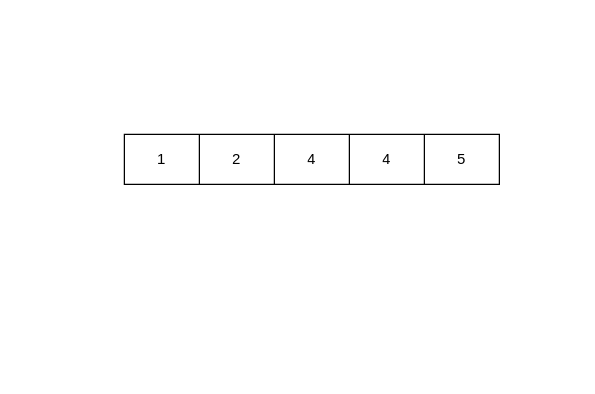
Above: algorithm/二分模版.drawio in erlieStar/diagrams (draw.io), before the change. Source tidied: cells renumbered, new cells numbered last; positions are measured from the earlier drawing's top-left corner, leaving out a move shared by most shapes. Both pictures are drawn from the tidied source at 125%, with x=0, y=0 at pixel (124, 134).
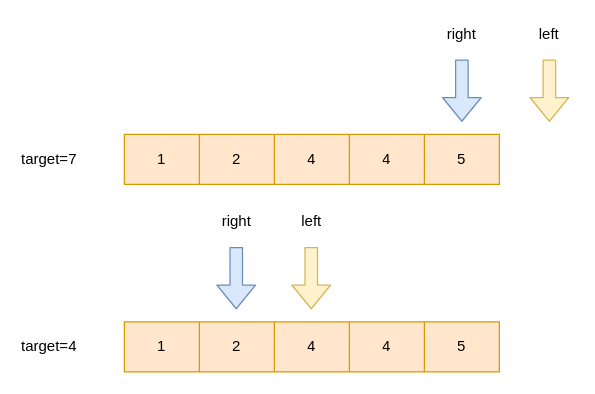
The same page after the edit.

Diff of the diagram source:
```diff
@@
-    <mxCell id="2" style="shape=table;html=1;whiteSpace=wrap;startSize=0;childLayout=tableLayout;" parent="1" vertex="1">
+    <mxCell id="2" style="shape=table;html=1;whiteSpace=wrap;startSize=0;childLayout=tableLayout;fillColor=#ffe6cc;strokeColor=#d79b00;" parent="1" vertex="1">
       <mxGeometry width="300" height="40" as="geometry" />
     </mxCell>
@@
+    <mxCell id="9" style="shape=flexArrow;endArrow=classic;html=1;fillColor=#dae8fc;strokeColor=#6c8ebf;" parent="1" edge="1">
+      <mxGeometry relative="1" as="geometry">
+        <mxPoint x="270" y="-60" as="sourcePoint" />
+        <mxPoint x="270" y="-10" as="targetPoint" />
+      </mxGeometry>
+    </mxCell>
+    <mxCell id="10" style="shape=flexArrow;endArrow=classic;html=1;fillColor=#fff2cc;strokeColor=#d6b656;" parent="1" edge="1">
+      <mxGeometry relative="1" as="geometry">
+        <mxPoint x="340" y="-60" as="sourcePoint" />
+        <mxPoint x="340" y="-10" as="targetPoint" />
+      </mxGeometry>
+    </mxCell>
+    <mxCell id="11" value="right" style="text;html=1;strokeColor=none;fillColor=none;align=center;verticalAlign=middle;whiteSpace=wrap;rounded=0;" parent="1" vertex="1">
+      <mxGeometry x="250" y="-90" width="40" height="20" as="geometry" />
+    </mxCell>
+    <mxCell id="12" value="left" style="text;html=1;strokeColor=none;fillColor=none;align=center;verticalAlign=middle;whiteSpace=wrap;rounded=0;" parent="1" vertex="1">
+      <mxGeometry x="320" y="-90" width="40" height="20" as="geometry" />
+    </mxCell>
+    <mxCell id="13" value="target=7" style="text;html=1;strokeColor=none;fillColor=none;align=center;verticalAlign=middle;whiteSpace=wrap;rounded=0;" parent="1" vertex="1">
+      <mxGeometry x="-80" y="10" width="40" height="20" as="geometry" />
+    </mxCell>
+    <mxCell id="14" style="shape=table;html=1;whiteSpace=wrap;startSize=0;childLayout=tableLayout;fillColor=#ffe6cc;strokeColor=#d79b00;" parent="1" vertex="1">
+      <mxGeometry y="150" width="300" height="40" as="geometry" />
+    </mxCell>
+    <mxCell id="15" style="shape=partialRectangle;html=1;whiteSpace=wrap;fillColor=none;top=0;left=0;bottom=0;right=0;" parent="14" vertex="1">
+      <mxGeometry width="300" height="40" as="geometry" />
+    </mxCell>
+    <mxCell id="16" value="1" style="shape=partialRectangle;html=1;whiteSpace=wrap;fillColor=none;top=0;left=0;bottom=0;right=0;overflow=hidden;" parent="15" vertex="1">
+      <mxGeometry width="60" height="40" as="geometry" />
+    </mxCell>
+    <mxCell id="17" value="2" style="shape=partialRectangle;html=1;whiteSpace=wrap;fillColor=none;top=0;left=0;bottom=0;right=0;overflow=hidden;" parent="15" vertex="1">
+      <mxGeometry x="60" width="60" height="40" as="geometry" />
+    </mxCell>
+    <mxCell id="18" value="4" style="shape=partialRectangle;html=1;whiteSpace=wrap;fillColor=none;top=0;left=0;bottom=0;right=0;overflow=hidden;" parent="15" vertex="1">
+      <mxGeometry x="120" width="60" height="40" as="geometry" />
+    </mxCell>
+    <mxCell id="19" value="4" style="shape=partialRectangle;html=1;whiteSpace=wrap;fillColor=none;top=0;left=0;bottom=0;right=0;overflow=hidden;" parent="15" vertex="1">
+      <mxGeometry x="180" width="60" height="40" as="geometry" />
+    </mxCell>
+    <mxCell id="20" value="5" style="shape=partialRectangle;html=1;whiteSpace=wrap;fillColor=none;top=0;left=0;bottom=0;right=0;overflow=hidden;" parent="15" vertex="1">
+      <mxGeometry x="240" width="60" height="40" as="geometry" />
+    </mxCell>
+    <mxCell id="21" style="shape=flexArrow;endArrow=classic;html=1;fillColor=#dae8fc;strokeColor=#6c8ebf;" parent="1" edge="1">
+      <mxGeometry relative="1" as="geometry">
+        <mxPoint x="89.5" y="90" as="sourcePoint" />
+        <mxPoint x="89.5" y="140" as="targetPoint" />
+      </mxGeometry>
+    </mxCell>
+    <mxCell id="22" style="shape=flexArrow;endArrow=classic;html=1;fillColor=#fff2cc;strokeColor=#d6b656;" parent="1" edge="1">
+      <mxGeometry relative="1" as="geometry">
+        <mxPoint x="149.5" y="90" as="sourcePoint" />
+        <mxPoint x="149.5" y="140" as="targetPoint" />
+      </mxGeometry>
+    </mxCell>
+    <mxCell id="23" value="right" style="text;html=1;strokeColor=none;fillColor=none;align=center;verticalAlign=middle;whiteSpace=wrap;rounded=0;" parent="1" vertex="1">
+      <mxGeometry x="70" y="60" width="40" height="20" as="geometry" />
+    </mxCell>
+    <mxCell id="24" value="left" style="text;html=1;strokeColor=none;fillColor=none;align=center;verticalAlign=middle;whiteSpace=wrap;rounded=0;" parent="1" vertex="1">
+      <mxGeometry x="130" y="60" width="40" height="20" as="geometry" />
+    </mxCell>
+    <mxCell id="25" value="target=4" style="text;html=1;strokeColor=none;fillColor=none;align=center;verticalAlign=middle;whiteSpace=wrap;rounded=0;" parent="1" vertex="1">
+      <mxGeometry x="-80" y="160" width="40" height="20" as="geometry" />
+    </mxCell>
```
